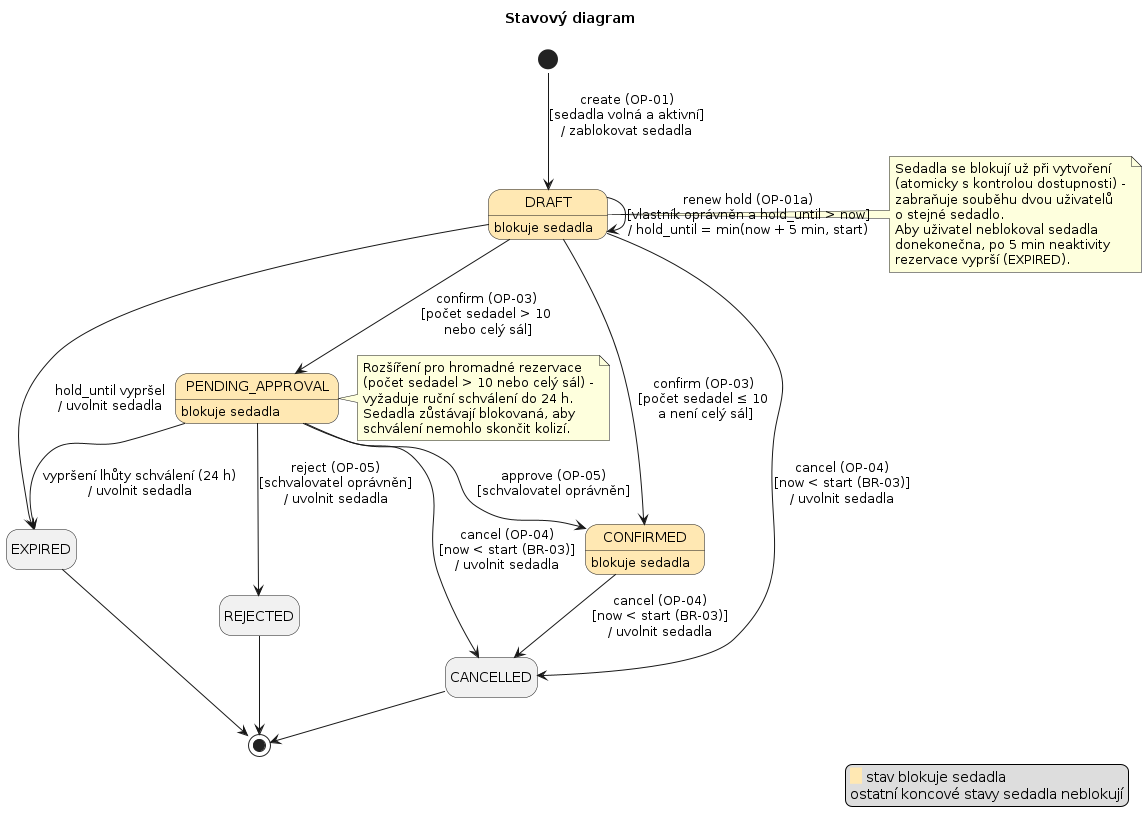
Earlier version of the PlantUML export docs/diagrams/c02/state.png (jn-flk/SWI).
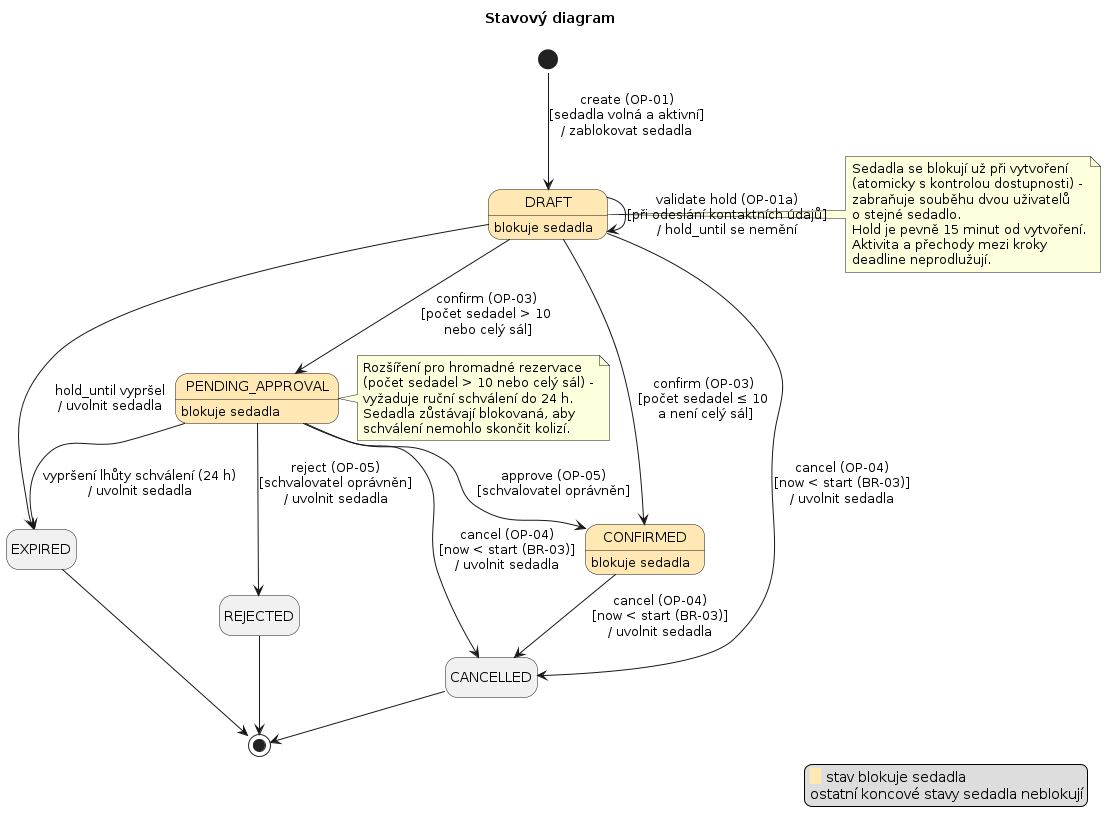
Above is the later version.

What changed in the source:
```diff
@@ -14,7 +14,7 @@
 
 DRAFT --> CONFIRMED : confirm (OP-03)\n[počet sedadel ≤ 10\n a není celý sál]
 DRAFT --> PENDING_APPROVAL : confirm (OP-03)\n[počet sedadel > 10\n nebo celý sál]
-DRAFT --> DRAFT : renew hold (OP-01a)\n[vlastník oprávněn a hold_until > now]\n/ hold_until = min(now + 5 min, start)
+DRAFT --> DRAFT : validate hold (OP-01a)\n[při odeslání kontaktních údajů]\n/ hold_until se nemění
 DRAFT --> CANCELLED : cancel (OP-04)\n[now < start (BR-03)]\n/ uvolnit sedadla
 DRAFT --> EXPIRED : hold_until vypršel\n/ uvolnit sedadla
 
@@ -34,9 +34,9 @@
   (atomicky s kontrolou dostupnosti) -
   zabraňuje souběhu dvou uživatelů
   o stejné sedadlo.
-  Aby uživatel neblokoval sedadla
-  donekonečna, po 5 min neaktivity
-  rezervace vyprší (EXPIRED).
+  Hold je pevně 15 minut od vytvoření.
+  Aktivita a přechody mezi kroky
+  deadline neprodlužují.
 end note
 
 note right of PENDING_APPROVAL
```
